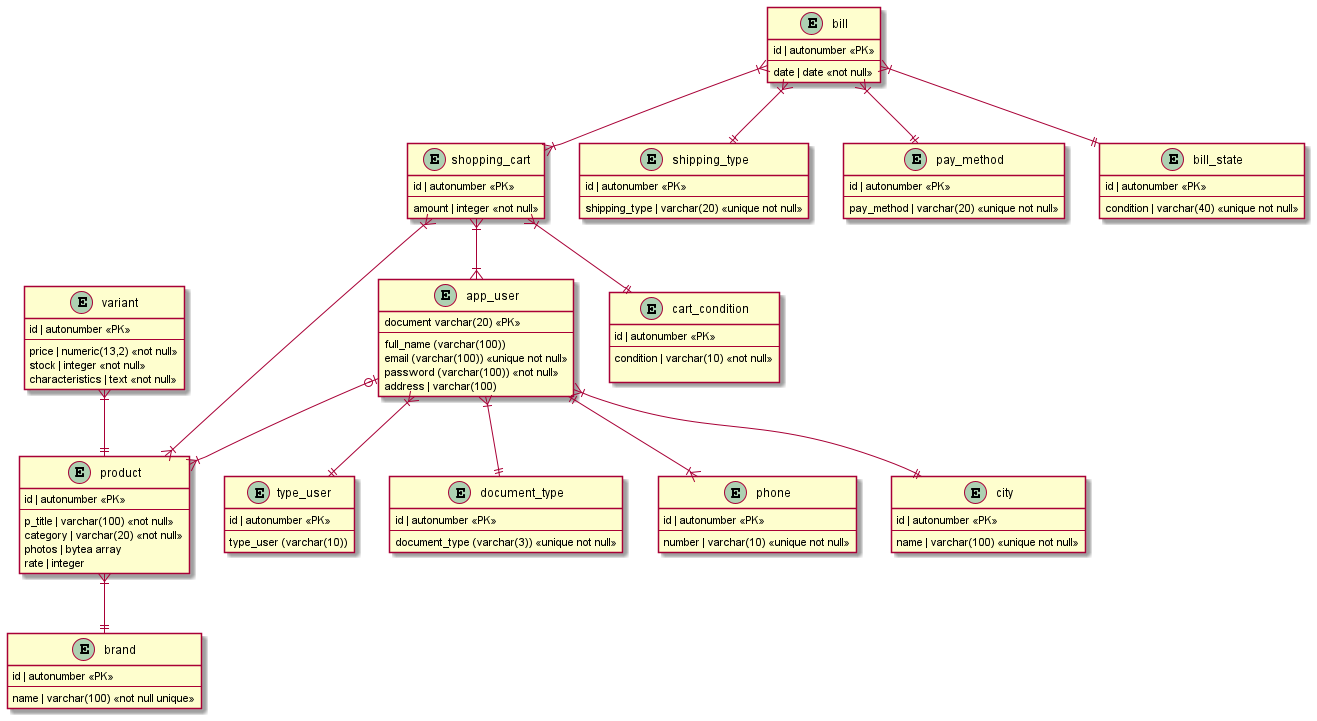
This is taller 1.png from Wiliamfm/bd2-taller-1-1, a PlantUML export, as it was before one commit.
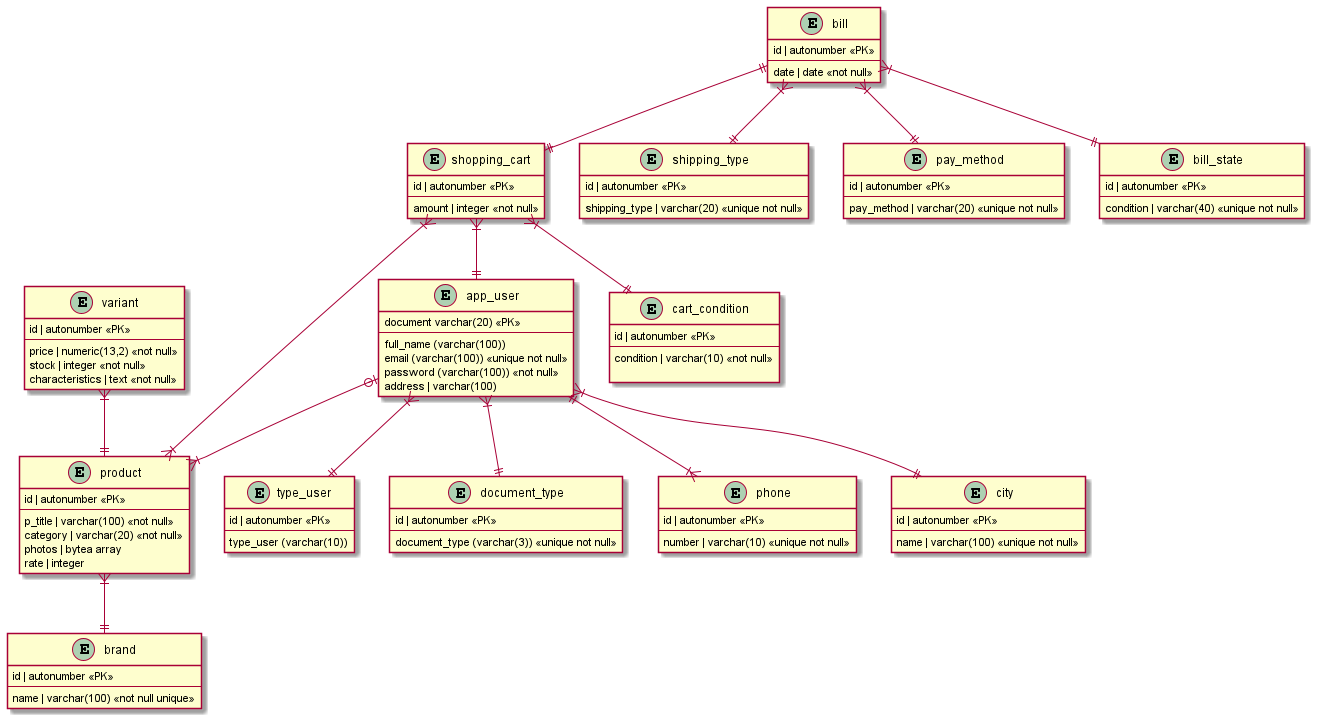
Above is the later version.

The edit, as a diff of the source:
```diff
@@ -79,7 +79,7 @@
 
 shopping_cart }|--|| cart_condition
 shopping_cart }|--|{ product
-shopping_cart }|--|{ app_user
+shopping_cart }|--|| app_user
 
 entity shipping_type {
     id | autonumber <<PK>>
@@ -107,7 +107,7 @@
 
 bill }|--|| shipping_type
 bill }|--|| pay_method
-bill }|--|{ shopping_cart
+bill ||--|| shopping_cart
 bill }|--|| bill_state
 
 app_user |o--|{ product
```
